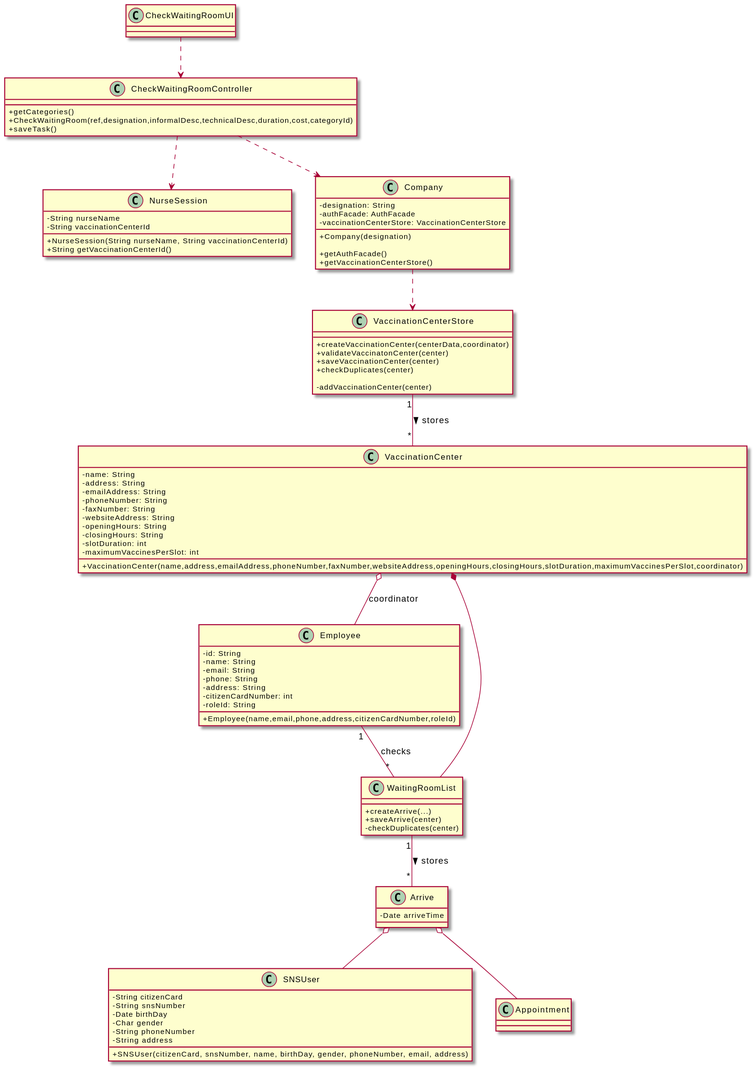
Before: docs/SprintC/US05/CD/US05_CD.svg, a diagram exported from PlantUML (miseEnPlace-i/lapr2).
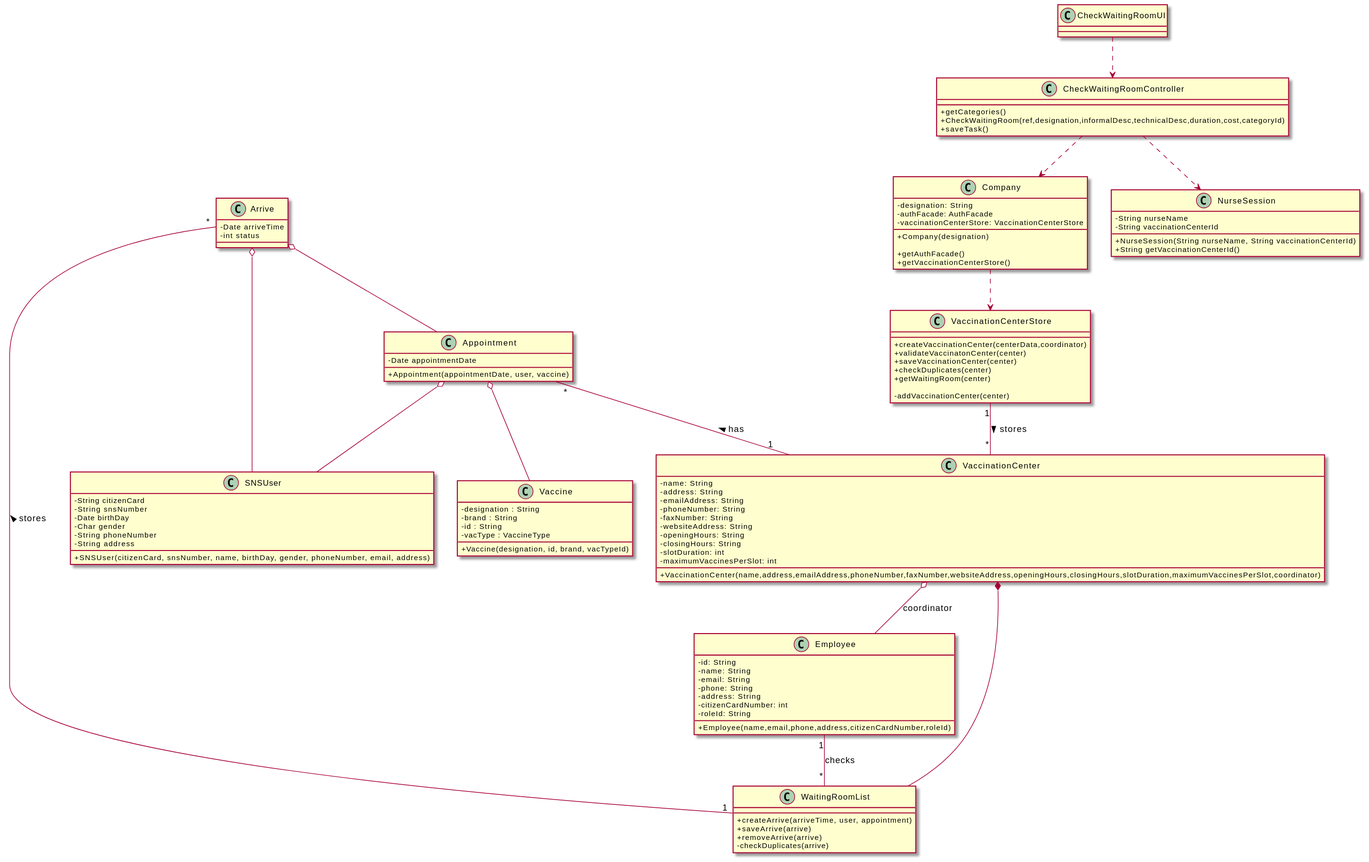
After the change.

Commit message:
docs(US05): updated SD with arrive DTO

What changed in the source:
```diff
@@ -3,6 +3,7 @@
 
 class Arrive {
   - Date arriveTime
+  - int status
 }
 
 class NurseSession {
@@ -48,12 +49,13 @@
 }
 
 class VaccinationCenterStore {
-+createVaccinationCenter(centerData,coordinator)
-+validateVaccinatonCenter(center)
-+saveVaccinationCenter(center)
-+checkDuplicates(center)
+  +createVaccinationCenter(centerData,coordinator)
+  +validateVaccinatonCenter(center)
+  +saveVaccinationCenter(center)
+  +checkDuplicates(center)
+  +getWaitingRoom(center)
 
--addVaccinationCenter(center)
+  -addVaccinationCenter(center)
 }
 
 class Employee {
@@ -79,13 +81,25 @@
 }
 
 class WaitingRoomList {
-  +createArrive(...)
-  +saveArrive(center)
-  -checkDuplicates(center)
+  +createArrive(arriveTime, user, appointment)
+  +saveArrive(arrive)
+  +removeArrive(arrive)
+  -checkDuplicates(arrive)
 }
 
 class Appointment {
+  -Date appointmentDate
 
+  +Appointment(appointmentDate, user, vaccine)
+}
+
+class Vaccine{
+  -designation : String
+  -brand : String
+  -id : String
+  -vacType : VaccineType
+
+  +Vaccine(designation, id, brand, vacTypeId)
 }
 
 CheckWaitingRoomUI ..> CheckWaitingRoomController
@@ -93,6 +107,7 @@
 
 Arrive o-- SNSUser
 Arrive o-- Appointment
+Appointment o-- SNSUser
 
 VaccinationCenter o-- Employee : coordinator
 VaccinationCenterStore "1" -- "*" VaccinationCenter : stores >
@@ -106,4 +121,7 @@
 
 CheckWaitingRoomController ..> NurseSession
 
+Appointment "*" -- "1" VaccinationCenter : has <
+Appointment o-- Vaccine
+
 @enduml
```
